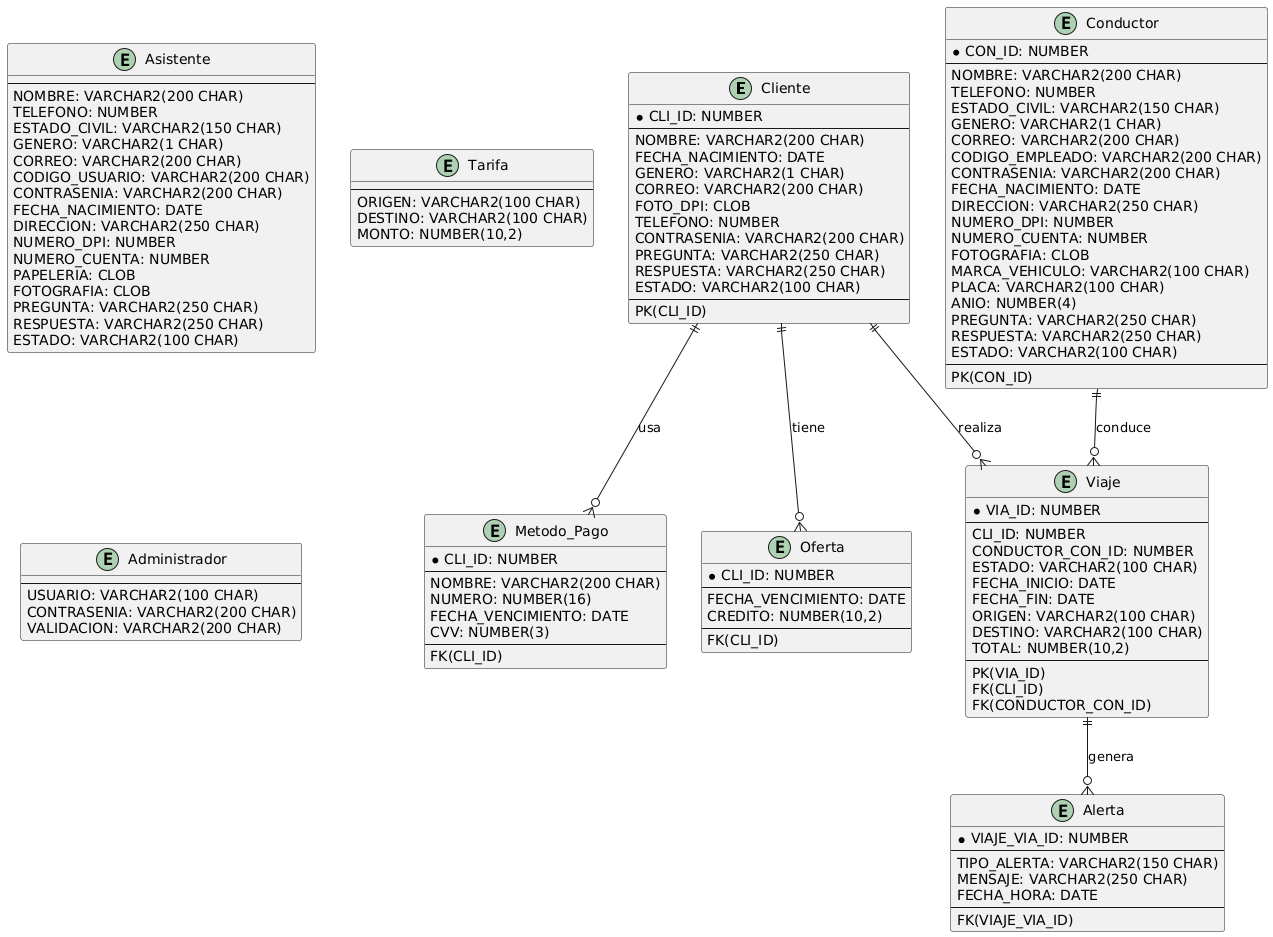
2730538920101/AYD2_PROYECTO_G2 keeps this PlantUML diagram as documentacion/diagramas/base_de_datos/modelo_relacional.png. Above is the earlier version. The source it was exported from:
```plantuml
@startuml
entity Cliente {
    * CLI_ID: NUMBER
    --
    NOMBRE: VARCHAR2(200 CHAR)
    FECHA_NACIMIENTO: DATE
    GENERO: VARCHAR2(1 CHAR)
    CORREO: VARCHAR2(200 CHAR)
    FOTO_DPI: CLOB
    TELEFONO: NUMBER
    CONTRASENIA: VARCHAR2(200 CHAR)
    PREGUNTA: VARCHAR2(250 CHAR)
    RESPUESTA: VARCHAR2(250 CHAR)
    ESTADO: VARCHAR2(100 CHAR)
    --
    PK(CLI_ID)
}

entity Metodo_Pago {
    * CLI_ID: NUMBER
    --
    NOMBRE: VARCHAR2(200 CHAR)
    NUMERO: NUMBER(16)
    FECHA_VENCIMIENTO: DATE
    CVV: NUMBER(3)
    --
    FK(CLI_ID)
}

entity Oferta {
    * CLI_ID: NUMBER
    --
    FECHA_VENCIMIENTO: DATE
    CREDITO: NUMBER(10,2)
    --
    FK(CLI_ID)
}

entity Viaje {
    * VIA_ID: NUMBER
    --
    CLI_ID: NUMBER
    CONDUCTOR_CON_ID: NUMBER
    ESTADO: VARCHAR2(100 CHAR)
    FECHA_INICIO: DATE
    FECHA_FIN: DATE
    ORIGEN: VARCHAR2(100 CHAR)
    DESTINO: VARCHAR2(100 CHAR)
    TOTAL: NUMBER(10,2)
    --
    PK(VIA_ID)
    FK(CLI_ID)
    FK(CONDUCTOR_CON_ID)
}

entity Conductor {
    * CON_ID: NUMBER
    --
    NOMBRE: VARCHAR2(200 CHAR)
    TELEFONO: NUMBER
    ESTADO_CIVIL: VARCHAR2(150 CHAR)
    GENERO: VARCHAR2(1 CHAR)
    CORREO: VARCHAR2(200 CHAR)
    CODIGO_EMPLEADO: VARCHAR2(200 CHAR)
    CONTRASENIA: VARCHAR2(200 CHAR)
    FECHA_NACIMIENTO: DATE
    DIRECCION: VARCHAR2(250 CHAR)
    NUMERO_DPI: NUMBER
    NUMERO_CUENTA: NUMBER
    FOTOGRAFIA: CLOB
    MARCA_VEHICULO: VARCHAR2(100 CHAR)
    PLACA: VARCHAR2(100 CHAR)
    ANIO: NUMBER(4)
    PREGUNTA: VARCHAR2(250 CHAR)
    RESPUESTA: VARCHAR2(250 CHAR)
    ESTADO: VARCHAR2(100 CHAR)
    --
    PK(CON_ID)
}

entity Alerta {
    * VIAJE_VIA_ID: NUMBER
    --
    TIPO_ALERTA: VARCHAR2(150 CHAR)
    MENSAJE: VARCHAR2(250 CHAR)
    FECHA_HORA: DATE
    --
    FK(VIAJE_VIA_ID)
}

entity Asistente {
    --
    NOMBRE: VARCHAR2(200 CHAR)
    TELEFONO: NUMBER
    ESTADO_CIVIL: VARCHAR2(150 CHAR)
    GENERO: VARCHAR2(1 CHAR)
    CORREO: VARCHAR2(200 CHAR)
    CODIGO_USUARIO: VARCHAR2(200 CHAR)
    CONTRASENIA: VARCHAR2(200 CHAR)
    FECHA_NACIMIENTO: DATE
    DIRECCION: VARCHAR2(250 CHAR)
    NUMERO_DPI: NUMBER
    NUMERO_CUENTA: NUMBER
    PAPELERIA: CLOB
    FOTOGRAFIA: CLOB
    PREGUNTA: VARCHAR2(250 CHAR)
    RESPUESTA: VARCHAR2(250 CHAR)
    ESTADO: VARCHAR2(100 CHAR)
}

entity Tarifa {
    --
    ORIGEN: VARCHAR2(100 CHAR)
    DESTINO: VARCHAR2(100 CHAR)
    MONTO: NUMBER(10,2)
}

entity Administrador {
    --
    USUARIO: VARCHAR2(100 CHAR)
    CONTRASENIA: VARCHAR2(200 CHAR)
    VALIDACION: VARCHAR2(200 CHAR)
}

Cliente ||--o{ Metodo_Pago : "usa"
Cliente ||--o{ Oferta : "tiene"
Cliente ||--o{ Viaje : "realiza"
Viaje ||--o{ Alerta : "genera"
Conductor ||--o{ Viaje : "conduce"
@enduml
```
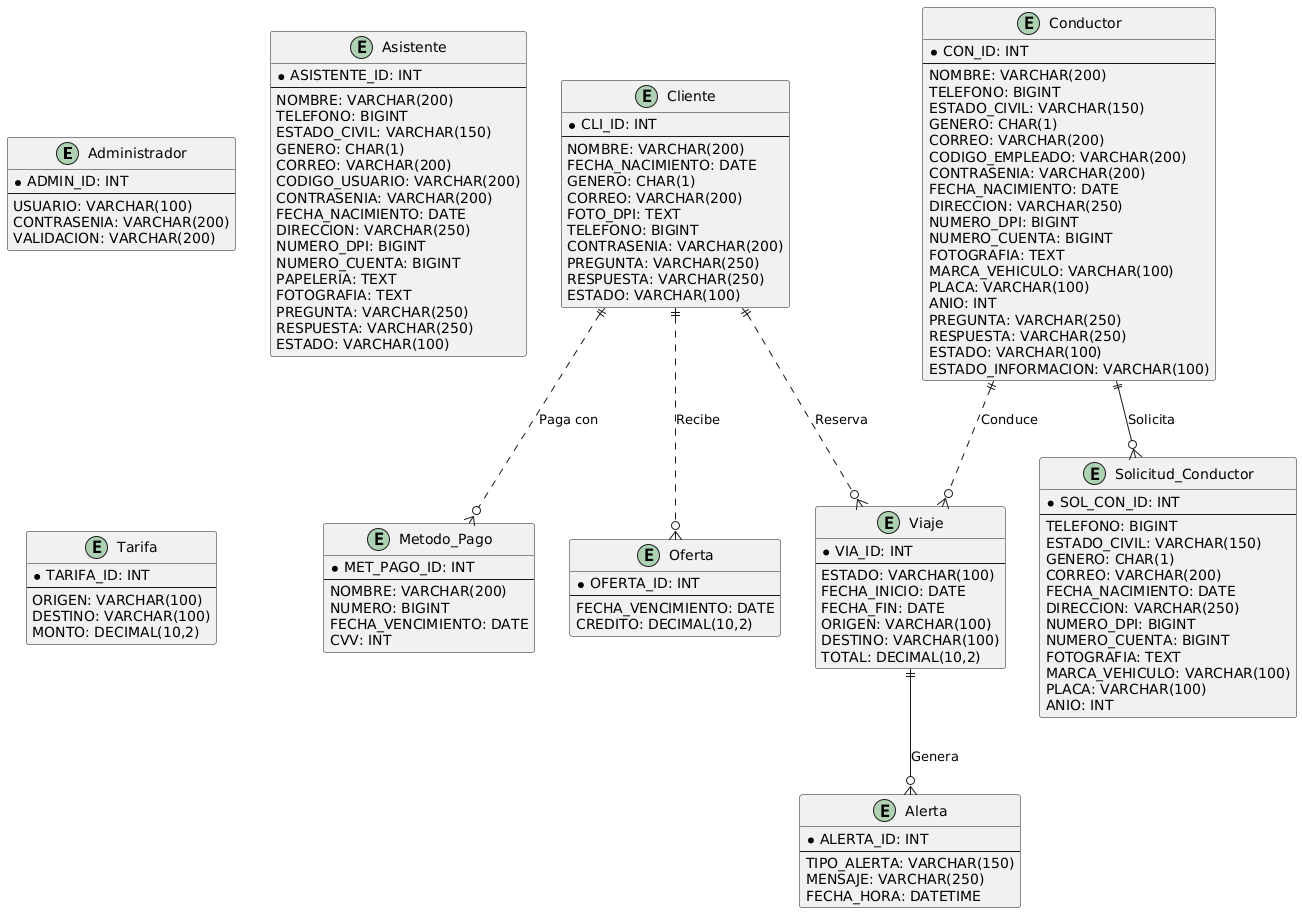
After the change.

Change to the diagram source:
```diff
@@ -1,130 +1,136 @@
 @startuml
-entity Cliente {
-    * CLI_ID: NUMBER
-    --
-    NOMBRE: VARCHAR2(200 CHAR)
-    FECHA_NACIMIENTO: DATE
-    GENERO: VARCHAR2(1 CHAR)
-    CORREO: VARCHAR2(200 CHAR)
-    FOTO_DPI: CLOB
-    TELEFONO: NUMBER
-    CONTRASENIA: VARCHAR2(200 CHAR)
-    PREGUNTA: VARCHAR2(250 CHAR)
-    RESPUESTA: VARCHAR2(250 CHAR)
-    ESTADO: VARCHAR2(100 CHAR)
-    --
-    PK(CLI_ID)
+entity "Administrador" as Administrador {
+  * ADMIN_ID: INT
+  --
+  USUARIO: VARCHAR(100)
+  CONTRASENIA: VARCHAR(200)
+  VALIDACION: VARCHAR(200)
 }
 
-entity Metodo_Pago {
-    * CLI_ID: NUMBER
-    --
-    NOMBRE: VARCHAR2(200 CHAR)
-    NUMERO: NUMBER(16)
-    FECHA_VENCIMIENTO: DATE
-    CVV: NUMBER(3)
-    --
-    FK(CLI_ID)
+entity "Asistente" as Asistente {
+  * ASISTENTE_ID: INT
+  --
+  NOMBRE: VARCHAR(200)
+  TELEFONO: BIGINT
+  ESTADO_CIVIL: VARCHAR(150)
+  GENERO: CHAR(1)
+  CORREO: VARCHAR(200)
+  CODIGO_USUARIO: VARCHAR(200)
+  CONTRASENIA: VARCHAR(200)
+  FECHA_NACIMIENTO: DATE
+  DIRECCION: VARCHAR(250)
+  NUMERO_DPI: BIGINT
+  NUMERO_CUENTA: BIGINT
+  PAPELERIA: TEXT
+  FOTOGRAFIA: TEXT
+  PREGUNTA: VARCHAR(250)
+  RESPUESTA: VARCHAR(250)
+  ESTADO: VARCHAR(100)
 }
 
-entity Oferta {
-    * CLI_ID: NUMBER
-    --
-    FECHA_VENCIMIENTO: DATE
-    CREDITO: NUMBER(10,2)
-    --
-    FK(CLI_ID)
+entity "Cliente" as Cliente {
+  * CLI_ID: INT
+  --
+  NOMBRE: VARCHAR(200)
+  FECHA_NACIMIENTO: DATE
+  GENERO: CHAR(1)
+  CORREO: VARCHAR(200)
+  FOTO_DPI: TEXT
+  TELEFONO: BIGINT
+  CONTRASENIA: VARCHAR(200)
+  PREGUNTA: VARCHAR(250)
+  RESPUESTA: VARCHAR(250)
+  ESTADO: VARCHAR(100)
 }
 
-entity Viaje {
-    * VIA_ID: NUMBER
-    --
-    CLI_ID: NUMBER
-    CONDUCTOR_CON_ID: NUMBER
-    ESTADO: VARCHAR2(100 CHAR)
-    FECHA_INICIO: DATE
-    FECHA_FIN: DATE
-    ORIGEN: VARCHAR2(100 CHAR)
-    DESTINO: VARCHAR2(100 CHAR)
-    TOTAL: NUMBER(10,2)
-    --
-    PK(VIA_ID)
-    FK(CLI_ID)
-    FK(CONDUCTOR_CON_ID)
+entity "Metodo_Pago" as Metodo_Pago {
+  * MET_PAGO_ID: INT
+  --
+  NOMBRE: VARCHAR(200)
+  NUMERO: BIGINT
+  FECHA_VENCIMIENTO: DATE
+  CVV: INT
 }
 
-entity Conductor {
-    * CON_ID: NUMBER
-    --
-    NOMBRE: VARCHAR2(200 CHAR)
-    TELEFONO: NUMBER
-    ESTADO_CIVIL: VARCHAR2(150 CHAR)
-    GENERO: VARCHAR2(1 CHAR)
-    CORREO: VARCHAR2(200 CHAR)
-    CODIGO_EMPLEADO: VARCHAR2(200 CHAR)
-    CONTRASENIA: VARCHAR2(200 CHAR)
-    FECHA_NACIMIENTO: DATE
-    DIRECCION: VARCHAR2(250 CHAR)
-    NUMERO_DPI: NUMBER
-    NUMERO_CUENTA: NUMBER
-    FOTOGRAFIA: CLOB
-    MARCA_VEHICULO: VARCHAR2(100 CHAR)
-    PLACA: VARCHAR2(100 CHAR)
-    ANIO: NUMBER(4)
-    PREGUNTA: VARCHAR2(250 CHAR)
-    RESPUESTA: VARCHAR2(250 CHAR)
-    ESTADO: VARCHAR2(100 CHAR)
-    --
-    PK(CON_ID)
+entity "Oferta" as Oferta {
+  * OFERTA_ID: INT
+  --
+  FECHA_VENCIMIENTO: DATE
+  CREDITO: DECIMAL(10,2)
 }
 
-entity Alerta {
-    * VIAJE_VIA_ID: NUMBER
-    --
-    TIPO_ALERTA: VARCHAR2(150 CHAR)
-    MENSAJE: VARCHAR2(250 CHAR)
-    FECHA_HORA: DATE
-    --
-    FK(VIAJE_VIA_ID)
+entity "Conductor" as Conductor {
+  * CON_ID: INT
+  --
+  NOMBRE: VARCHAR(200)
+  TELEFONO: BIGINT
+  ESTADO_CIVIL: VARCHAR(150)
+  GENERO: CHAR(1)
+  CORREO: VARCHAR(200)
+  CODIGO_EMPLEADO: VARCHAR(200)
+  CONTRASENIA: VARCHAR(200)
+  FECHA_NACIMIENTO: DATE
+  DIRECCION: VARCHAR(250)
+  NUMERO_DPI: BIGINT
+  NUMERO_CUENTA: BIGINT
+  FOTOGRAFIA: TEXT
+  MARCA_VEHICULO: VARCHAR(100)
+  PLACA: VARCHAR(100)
+  ANIO: INT
+  PREGUNTA: VARCHAR(250)
+  RESPUESTA: VARCHAR(250)
+  ESTADO: VARCHAR(100)
+  ESTADO_INFORMACION: VARCHAR(100)
 }
 
-entity Asistente {
-    --
-    NOMBRE: VARCHAR2(200 CHAR)
-    TELEFONO: NUMBER
-    ESTADO_CIVIL: VARCHAR2(150 CHAR)
-    GENERO: VARCHAR2(1 CHAR)
-    CORREO: VARCHAR2(200 CHAR)
-    CODIGO_USUARIO: VARCHAR2(200 CHAR)
-    CONTRASENIA: VARCHAR2(200 CHAR)
-    FECHA_NACIMIENTO: DATE
-    DIRECCION: VARCHAR2(250 CHAR)
-    NUMERO_DPI: NUMBER
-    NUMERO_CUENTA: NUMBER
-    PAPELERIA: CLOB
-    FOTOGRAFIA: CLOB
-    PREGUNTA: VARCHAR2(250 CHAR)
-    RESPUESTA: VARCHAR2(250 CHAR)
-    ESTADO: VARCHAR2(100 CHAR)
+entity "Solicitud_Conductor" as Solicitud_Conductor {
+  * SOL_CON_ID: INT
+  --
+  TELEFONO: BIGINT
+  ESTADO_CIVIL: VARCHAR(150)
+  GENERO: CHAR(1)
+  CORREO: VARCHAR(200)
+  FECHA_NACIMIENTO: DATE
+  DIRECCION: VARCHAR(250)
+  NUMERO_DPI: BIGINT
+  NUMERO_CUENTA: BIGINT
+  FOTOGRAFIA: TEXT
+  MARCA_VEHICULO: VARCHAR(100)
+  PLACA: VARCHAR(100)
+  ANIO: INT
 }
 
-entity Tarifa {
-    --
-    ORIGEN: VARCHAR2(100 CHAR)
-    DESTINO: VARCHAR2(100 CHAR)
-    MONTO: NUMBER(10,2)
+entity "Viaje" as Viaje {
+  * VIA_ID: INT
+  --
+  ESTADO: VARCHAR(100)
+  FECHA_INICIO: DATE
+  FECHA_FIN: DATE
+  ORIGEN: VARCHAR(100)
+  DESTINO: VARCHAR(100)
+  TOTAL: DECIMAL(10,2)
 }
 
-entity Administrador {
-    --
-    USUARIO: VARCHAR2(100 CHAR)
-    CONTRASENIA: VARCHAR2(200 CHAR)
-    VALIDACION: VARCHAR2(200 CHAR)
+entity "Alerta" as Alerta {
+  * ALERTA_ID: INT
+  --
+  TIPO_ALERTA: VARCHAR(150)
+  MENSAJE: VARCHAR(250)
+  FECHA_HORA: DATETIME
 }
 
-Cliente ||--o{ Metodo_Pago : "usa"
-Cliente ||--o{ Oferta : "tiene"
-Cliente ||--o{ Viaje : "realiza"
-Viaje ||--o{ Alerta : "genera"
-Conductor ||--o{ Viaje : "conduce"
+entity "Tarifa" as Tarifa {
+  * TARIFA_ID: INT
+  --
+  ORIGEN: VARCHAR(100)
+  DESTINO: VARCHAR(100)
+  MONTO: DECIMAL(10,2)
+}
+
+Cliente ||..o{ Metodo_Pago : "Paga con"
+Cliente ||..o{ Oferta : "Recibe"
+Cliente ||..o{ Viaje : "Reserva"
+Conductor ||--o{ Solicitud_Conductor : "Solicita"
+Conductor ||..o{ Viaje : "Conduce"
+Viaje ||--o{ Alerta : "Genera"
 @enduml
```
